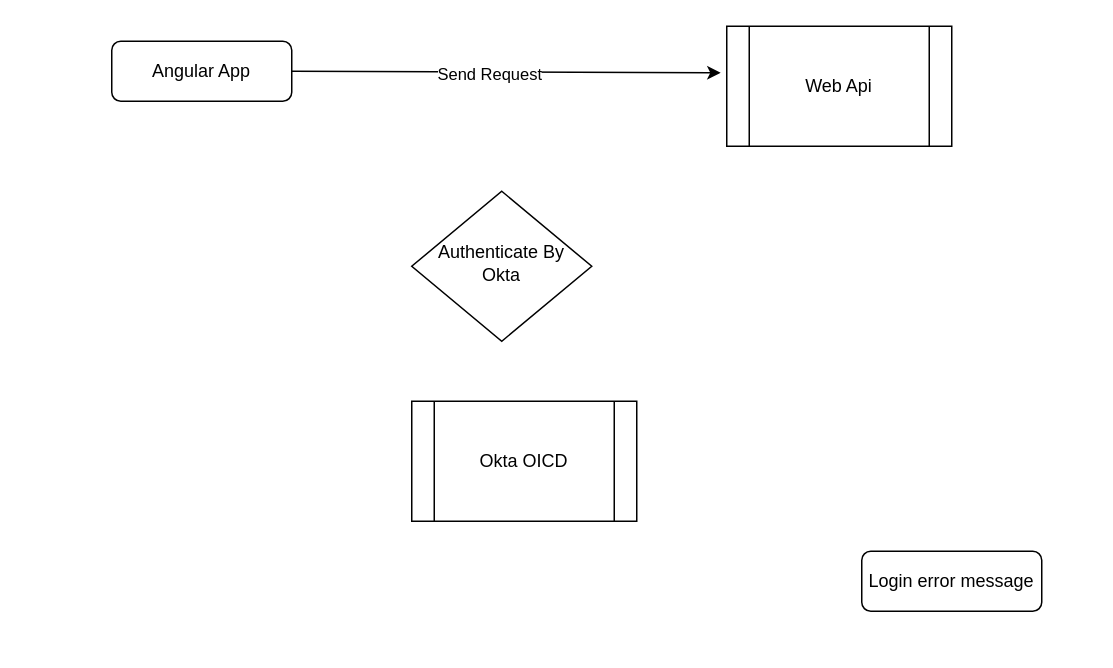
Above: Untitled Diagram.drawio in fareedaalam/okta (draw.io), before the change. Source tidied: cells renumbered, new cells numbered last; positions are measured from the earlier drawing's top-left corner, leaving out a move shared by most shapes. Both pictures are drawn from the tidied source at 150%, with x=0, y=0 at pixel (111, 26).
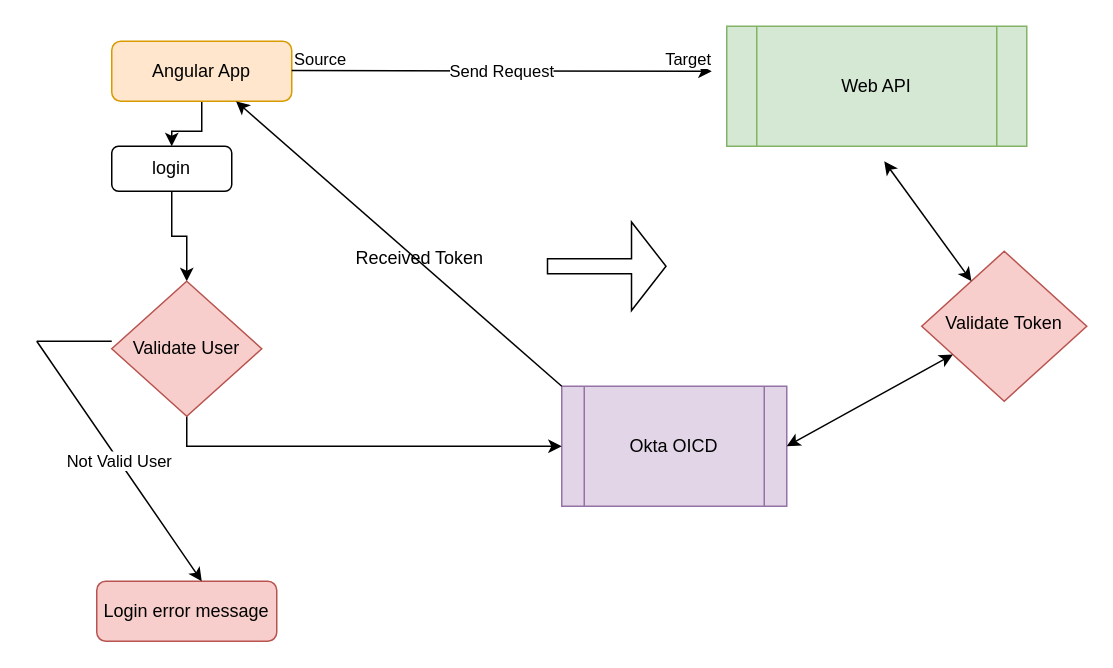
The same page after the edit.

Diff of the diagram source:
```diff
@@
+    <mxCell id="9" style="edgeStyle=orthogonalEdgeStyle;rounded=0;jettySize=auto;html=1;" parent="1" edge="1" source="2" target="13">
+      <mxGeometry relative="1" as="geometry" />
+    </mxCell>
-    <mxCell id="2" value="Angular App&lt;br&gt;" style="rounded=1;whiteSpace=wrap;html=1;fontSize=12;glass=0;strokeWidth=1;shadow=0;" parent="1" vertex="1">
+    <mxCell id="2" value="Angular App&lt;br&gt;" style="rounded=1;whiteSpace=wrap;html=1;fontSize=12;glass=0;strokeWidth=1;shadow=0;fillColor=#ffe6cc;strokeColor=#d79b00;" parent="1" vertex="1">
       <mxGeometry y="10" width="120" height="40" as="geometry" />
     </mxCell>
-    <mxCell id="3" value="Authenticate By Okta&lt;br&gt;" style="rhombus;whiteSpace=wrap;html=1;shadow=0;fontFamily=Helvetica;fontSize=12;align=center;strokeWidth=1;spacing=6;spacingTop=-4;" parent="1" vertex="1">
-      <mxGeometry x="200" y="110" width="120" height="100" as="geometry" />
+    <mxCell id="3" value="Validate Token" style="rhombus;whiteSpace=wrap;html=1;shadow=0;fontFamily=Helvetica;fontSize=12;align=center;strokeWidth=1;spacing=6;spacingTop=-4;fillColor=#f8cecc;strokeColor=#b85450;" parent="1" vertex="1">
+      <mxGeometry x="540" y="150" width="110" height="100" as="geometry" />
     </mxCell>
-    <mxCell id="4" value="Login error message" style="rounded=1;whiteSpace=wrap;html=1;fontSize=12;glass=0;strokeWidth=1;shadow=0;" parent="1" vertex="1">
-      <mxGeometry x="500" y="350" width="120" height="40" as="geometry" />
+    <mxCell id="4" value="Login error message" style="rounded=1;whiteSpace=wrap;html=1;fontSize=12;glass=0;strokeWidth=1;shadow=0;fillColor=#f8cecc;strokeColor=#b85450;" parent="1" vertex="1">
+      <mxGeometry x="-10" y="370" width="120" height="40" as="geometry" />
     </mxCell>
-    <mxCell id="5" value="Web Api" style="shape=process;whiteSpace=wrap;html=1;backgroundOutline=1;" parent="1" vertex="1">
-      <mxGeometry x="410" width="150" height="80" as="geometry" />
+    <mxCell id="5" value="Web API" style="shape=process;whiteSpace=wrap;html=1;backgroundOutline=1;fillColor=#d5e8d4;strokeColor=#82b366;" parent="1" vertex="1">
+      <mxGeometry x="410" width="200" height="80" as="geometry" />
     </mxCell>
-    <mxCell id="6" style="endArrow=classic;html=1;rounded=0;entryX=-0.027;entryY=0.388;entryDx=0;entryDy=0;entryPerimeter=0;" parent="1" edge="1" target="5">
-      <mxGeometry relative="1" as="geometry">
-        <mxPoint x="120" y="30" as="sourcePoint" />
-      </mxGeometry>
-    </mxCell>
+    <mxCell id="8" value="Okta OICD" style="shape=process;whiteSpace=wrap;html=1;backgroundOutline=1;fillColor=#e1d5e7;strokeColor=#9673a6;" parent="1" vertex="1">
+      <mxGeometry x="300" y="240" width="150" height="80" as="geometry" />
+    </mxCell>
+    <mxCell id="10" style="endArrow=classic;startArrow=classic;html=1;rounded=0;exitX=1;exitY=0.5;exitDx=0;exitDy=0;" parent="1" edge="1" source="8" target="3">
+      <mxGeometry relative="1" as="geometry" />
+    </mxCell>
+    <mxCell id="11" style="endArrow=classic;startArrow=classic;html=1;rounded=0;" parent="1" edge="1" source="3">
+      <mxGeometry relative="1" as="geometry">
+        <mxPoint x="515" y="90" as="targetPoint" />
+      </mxGeometry>
+    </mxCell>
+    <mxCell id="12" style="edgeStyle=orthogonalEdgeStyle;rounded=0;jettySize=auto;html=1;" parent="1" edge="1" source="13" target="15">
+      <mxGeometry relative="1" as="geometry" />
+    </mxCell>
+    <mxCell id="13" value="login" style="rounded=1;whiteSpace=wrap;html=1;" parent="1" vertex="1">
+      <mxGeometry y="80" width="80" height="30" as="geometry" />
+    </mxCell>
+    <mxCell id="14" style="edgeStyle=orthogonalEdgeStyle;rounded=0;jettySize=auto;html=1;exitX=0.5;exitY=1;exitDx=0;exitDy=0;entryX=0;entryY=0.5;entryDx=0;entryDy=0;" parent="1" edge="1" source="15" target="8">
+      <mxGeometry relative="1" as="geometry" />
+    </mxCell>
+    <mxCell id="15" value="Validate User" style="rhombus;whiteSpace=wrap;html=1;fillColor=#f8cecc;strokeColor=#b85450;" parent="1" vertex="1">
+      <mxGeometry y="170" width="100" height="90" as="geometry" />
+    </mxCell>
+    <mxCell id="16" value="Received Token" style="text;html=1;align=center;verticalAlign=middle;strokeColor=none;fillColor=none;" parent="1" vertex="1">
+      <mxGeometry x="150" y="140" width="110" height="30" as="geometry" />
+    </mxCell>
+    <mxCell id="17" style="endArrow=classic;html=1;rounded=0;" parent="1" edge="1">
+      <mxGeometry relative="1" as="geometry">
+        <mxPoint x="120" y="29.5" as="sourcePoint" />
+        <mxPoint x="400" y="30" as="targetPoint" />
+      </mxGeometry>
+    </mxCell>
-    <mxCell id="7" value="Send Request&lt;br&gt;" style="edgeLabel;html=1;align=center;verticalAlign=middle;" parent="6" vertex="1">
-      <mxGeometry x="-0.08" y="-1" relative="1" as="geometry" />
+    <mxCell id="7" value="Send Request" style="edgeLabel;html=1;align=center;verticalAlign=middle;" parent="17" vertex="1">
+      <mxGeometry relative="1" as="geometry" />
     </mxCell>
-    <mxCell id="8" value="Okta OICD" style="shape=process;whiteSpace=wrap;html=1;backgroundOutline=1;" parent="1" vertex="1">
-      <mxGeometry x="200" y="250" width="150" height="80" as="geometry" />
-    </mxCell>
+    <mxCell id="18" value="Source" style="edgeLabel;html=1;align=left;verticalAlign=bottom;" parent="17" vertex="1">
+      <mxGeometry x="-1" relative="1" as="geometry" />
+    </mxCell>
+    <mxCell id="19" value="Target" style="edgeLabel;html=1;align=right;verticalAlign=bottom;" parent="17" vertex="1">
+      <mxGeometry x="1" relative="1" as="geometry" />
+    </mxCell>
+    <mxCell id="20" style="endArrow=classic;html=1;rounded=0;" parent="1" edge="1">
+      <mxGeometry relative="1" as="geometry">
+        <mxPoint x="-50" y="210" as="sourcePoint" />
+        <mxPoint x="60" y="370" as="targetPoint" />
+      </mxGeometry>
+    </mxCell>
+    <mxCell id="21" value="Not Valid User" style="edgeLabel;html=1;align=center;verticalAlign=middle;" parent="20" vertex="1">
+      <mxGeometry relative="1" as="geometry" />
+    </mxCell>
+    <mxCell id="22" style="endArrow=none;html=1;rounded=0;" parent="1" edge="1">
+      <mxGeometry relative="1" as="geometry">
+        <mxPoint x="-50" y="210" as="sourcePoint" />
+        <mxPoint y="210" as="targetPoint" />
+      </mxGeometry>
+    </mxCell>
+    <mxCell id="23" style="endArrow=classic;html=1;rounded=0;exitX=0;exitY=0;exitDx=0;exitDy=0;" parent="1" edge="1" source="8" target="2">
+      <mxGeometry relative="1" as="geometry" />
+    </mxCell>
+    <mxCell id="24" style="shape=flexArrow;endArrow=classic;html=1;rounded=0;endWidth=48;endSize=7.33;" parent="1" edge="1">
+      <mxGeometry relative="1" as="geometry">
+        <mxPoint x="290" y="160" as="sourcePoint" />
+        <mxPoint x="370" y="160" as="targetPoint" />
+      </mxGeometry>
+    </mxCell>
```
